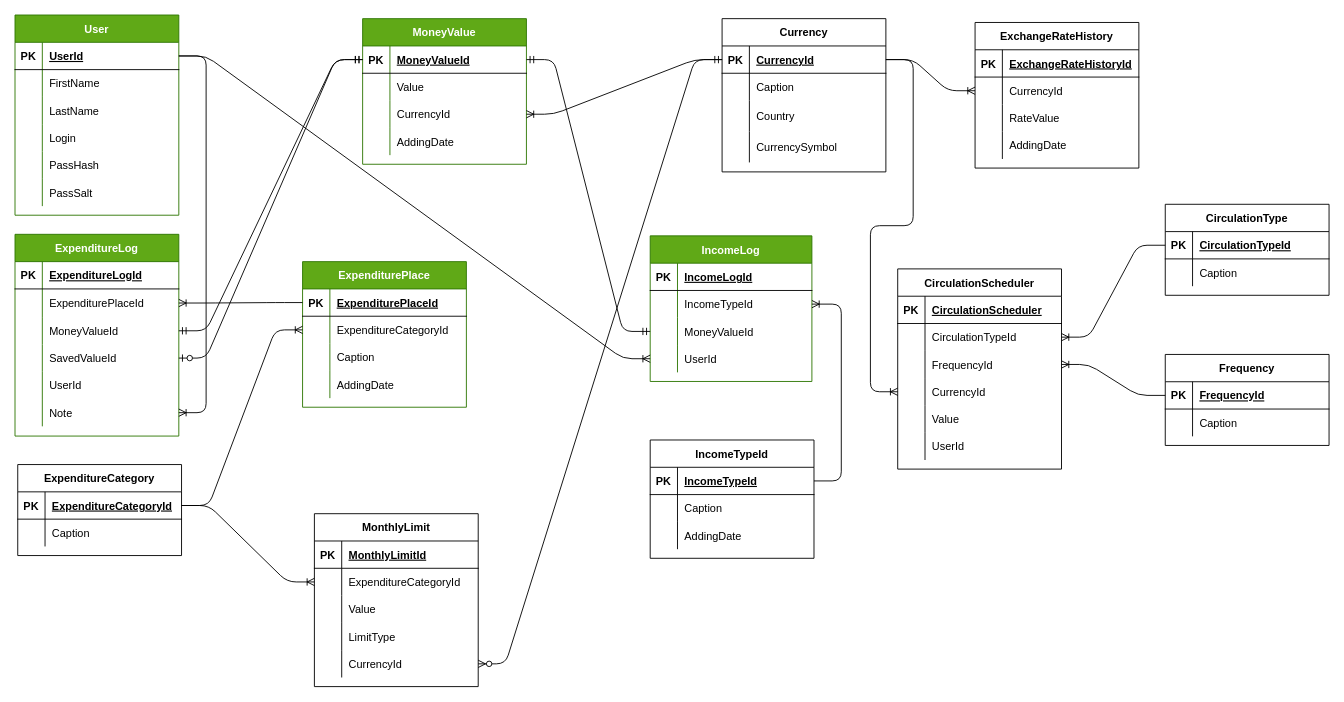
GenSciDeveloper/GenSci.FamilyBudget keeps this draw.io diagram as Database Diagram.drawio. Above is the earlier version. Source tidied: cells renumbered, new cells numbered last; positions are measured from the earlier drawing's top-left corner, leaving out a move shared by most shapes. Both pictures are drawn from the tidied source at 91%, with x=0, y=0 at pixel (15, 15).
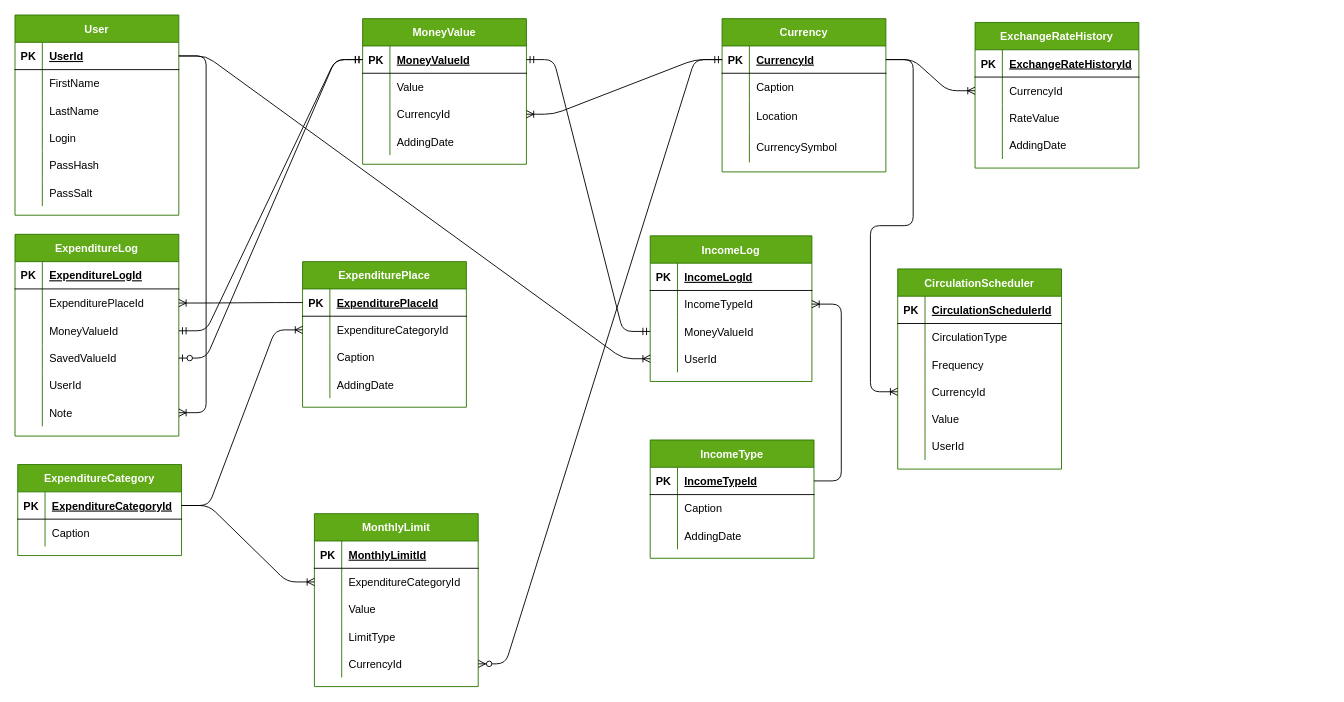
The same diagram, later.

The change refers to these unchanged cells:
```xml
<mxCell id="109" style="shape=partialRectangle;fillColor=none;top=0;left=0;bottom=0;right=0;" parent="102" vertex="1">
  <mxGeometry y="90" width="180" height="34" as="geometry" />
</mxCell>
<mxCell id="131" style="shape=partialRectangle;fillColor=none;top=0;left=0;bottom=1;right=0;" parent="130" vertex="1">
  <mxGeometry y="30" width="180" height="30" as="geometry" />
</mxCell>
<mxCell id="134" style="shape=partialRectangle;fillColor=none;top=0;left=0;bottom=0;right=0;points=[[0,0.5],[1,0.5]];portConstraint=eastwest;" parent="130" vertex="1">
  <mxGeometry y="60" width="180" height="30" as="geometry" />
</mxCell>
<mxCell id="137" style="shape=partialRectangle;fillColor=none;top=0;left=0;bottom=0;right=0;points=[[0,0.5],[1,0.5]];portConstraint=eastwest;" parent="130" vertex="1">
  <mxGeometry y="90" width="180" height="30" as="geometry" />
</mxCell>
```

What changed in the source:
```diff
@@
-    <mxCell id="66" value="IncomeTypeId" style="shape=table;startSize=30;childLayout=tableLayout;rowLines=0;fontStyle=1;align=center;" parent="1" vertex="1">
+    <mxCell id="66" value="IncomeType" style="shape=table;startSize=30;childLayout=tableLayout;rowLines=0;fontStyle=1;align=center;fillColor=#60a917;strokeColor=#2D7600;fontColor=#ffffff;" parent="1" vertex="1">
       <mxGeometry x="698" y="467" width="180" height="130" as="geometry" />
     </mxCell>
@@
-    <mxCell id="78" value="ExpenditureCategory" style="shape=table;startSize=30;childLayout=tableLayout;rowLines=0;fontStyle=1;align=center;" parent="1" vertex="1">
+    <mxCell id="78" value="ExpenditureCategory" style="shape=table;startSize=30;childLayout=tableLayout;rowLines=0;fontStyle=1;align=center;fillColor=#60a917;strokeColor=#2D7600;fontColor=#ffffff;" parent="1" vertex="1">
       <mxGeometry x="3" y="494" width="180" height="100" as="geometry" />
     </mxCell>
@@
-    <mxCell id="102" value="Currency" style="shape=table;startSize=30;childLayout=tableLayout;rowLines=0;fontStyle=1;align=center;" parent="1" vertex="1">
+    <mxCell id="102" value="Currency" style="shape=table;startSize=30;childLayout=tableLayout;rowLines=0;fontStyle=1;align=center;fillColor=#60a917;strokeColor=#2D7600;fontColor=#ffffff;" parent="1" vertex="1">
       <mxGeometry x="777" y="4" width="180" height="168.4" as="geometry" />
     </mxCell>
@@
-    <mxCell id="111" value="Country" style="shape=partialRectangle;fillColor=none;top=0;left=0;bottom=0;right=0;align=left;spacingLeft=6;overflow=hidden;" parent="109" vertex="1">
+    <mxCell id="111" value="Location" style="shape=partialRectangle;fillColor=none;top=0;left=0;bottom=0;right=0;align=left;spacingLeft=6;overflow=hidden;" parent="109" vertex="1">
       <mxGeometry x="30" width="150" height="34" as="geometry" />
     </mxCell>
@@
-    <mxCell id="116" value="ExchangeRateHistory" style="shape=table;startSize=30;childLayout=tableLayout;rowLines=0;fontStyle=1;align=center;" parent="1" vertex="1">
+    <mxCell id="116" value="ExchangeRateHistory" style="shape=table;startSize=30;childLayout=tableLayout;rowLines=0;fontStyle=1;align=center;fillColor=#60a917;strokeColor=#2D7600;fontColor=#ffffff;" parent="1" vertex="1">
       <mxGeometry x="1055" y="8.2" width="180" height="160" as="geometry" />
     </mxCell>
@@
-    <mxCell id="130" value="CirculationScheduler" style="shape=table;startSize=30;childLayout=tableLayout;rowLines=0;fontStyle=1;align=center;" parent="1" vertex="1">
+    <mxCell id="130" value="CirculationScheduler" style="shape=table;startSize=30;childLayout=tableLayout;rowLines=0;fontStyle=1;align=center;fillColor=#60a917;strokeColor=#2D7600;fontColor=#ffffff;" parent="1" vertex="1">
       <mxGeometry x="970" y="279" width="180" height="220" as="geometry" />
     </mxCell>
@@
-    <mxCell id="133" value="CirculationScheduler" style="shape=partialRectangle;fillColor=none;top=0;left=0;bottom=0;right=0;align=left;spacingLeft=6;fontStyle=5;overflow=hidden;" parent="131" vertex="1">
+    <mxCell id="133" value="CirculationSchedulerId" style="shape=partialRectangle;fillColor=none;top=0;left=0;bottom=0;right=0;align=left;spacingLeft=6;fontStyle=5;overflow=hidden;" parent="131" vertex="1">
       <mxGeometry x="30" width="150" height="30" as="geometry" />
     </mxCell>
@@
-    <mxCell id="136" value="CirculationTypeId" style="shape=partialRectangle;fillColor=none;top=0;left=0;bottom=0;right=0;align=left;spacingLeft=6;overflow=hidden;" parent="134" vertex="1">
+    <mxCell id="136" value="CirculationType" style="shape=partialRectangle;fillColor=none;top=0;left=0;bottom=0;right=0;align=left;spacingLeft=6;overflow=hidden;" parent="134" vertex="1">
       <mxGeometry x="30" width="150" height="30" as="geometry" />
     </mxCell>
@@
-    <mxCell id="139" value="FrequencyId" style="shape=partialRectangle;fillColor=none;top=0;left=0;bottom=0;right=0;align=left;spacingLeft=6;overflow=hidden;" parent="137" vertex="1">
+    <mxCell id="139" value="Frequency" style="shape=partialRectangle;fillColor=none;top=0;left=0;bottom=0;right=0;align=left;spacingLeft=6;overflow=hidden;" parent="137" vertex="1">
       <mxGeometry x="30" width="150" height="30" as="geometry" />
     </mxCell>
@@
-    <mxCell id="150" value="CirculationType" style="shape=table;startSize=30;childLayout=tableLayout;rowLines=0;fontStyle=1;align=center;" parent="1" vertex="1">
-      <mxGeometry x="1264" y="208" width="180" height="100" as="geometry" />
-    </mxCell>
-    <mxCell id="151" style="shape=partialRectangle;fillColor=none;top=0;left=0;bottom=1;right=0;points=[[0,0.5],[1,0.5]];portConstraint=eastwest;" parent="150" vertex="1">
-      <mxGeometry y="30" width="180" height="30" as="geometry" />
-    </mxCell>
-    <mxCell id="152" value="PK" style="shape=partialRectangle;fillColor=none;top=0;left=0;bottom=0;right=0;fontStyle=1;overflow=hidden;" parent="151" vertex="1">
-      <mxGeometry width="30" height="30" as="geometry" />
-    </mxCell>
-    <mxCell id="153" value="CirculationTypeId" style="shape=partialRectangle;fillColor=none;top=0;left=0;bottom=0;right=0;align=left;spacingLeft=6;fontStyle=5;overflow=hidden;" parent="151" vertex="1">
-      <mxGeometry x="30" width="150" height="30" as="geometry" />
-    </mxCell>
-    <mxCell id="154" style="shape=partialRectangle;fillColor=none;top=0;left=0;bottom=0;right=0;" parent="150" vertex="1">
-      <mxGeometry y="60" width="180" height="30" as="geometry" />
-    </mxCell>
-    <mxCell id="155" style="shape=partialRectangle;fillColor=none;top=0;left=0;bottom=0;right=0;overflow=hidden;" parent="154" vertex="1">
-      <mxGeometry width="30" height="30" as="geometry" />
-    </mxCell>
-    <mxCell id="156" value="Caption" style="shape=partialRectangle;fillColor=none;top=0;left=0;bottom=0;right=0;align=left;spacingLeft=6;overflow=hidden;" parent="154" vertex="1">
-      <mxGeometry x="30" width="150" height="30" as="geometry" />
-    </mxCell>
-    <mxCell id="157" value="Frequency" style="shape=table;startSize=30;childLayout=tableLayout;rowLines=0;fontStyle=1;align=center;" parent="1" vertex="1">
-      <mxGeometry x="1264" y="373" width="180" height="100" as="geometry" />
-    </mxCell>
-    <mxCell id="158" style="shape=partialRectangle;fillColor=none;top=0;left=0;bottom=1;right=0;points=[[0,0.5],[1,0.5]];portConstraint=eastwest;" parent="157" vertex="1">
-      <mxGeometry y="30" width="180" height="30" as="geometry" />
-    </mxCell>
-    <mxCell id="159" value="PK" style="shape=partialRectangle;fillColor=none;top=0;left=0;bottom=0;right=0;fontStyle=1;overflow=hidden;" parent="158" vertex="1">
-      <mxGeometry width="30" height="30" as="geometry" />
-    </mxCell>
-    <mxCell id="160" value="FrequencyId" style="shape=partialRectangle;fillColor=none;top=0;left=0;bottom=0;right=0;align=left;spacingLeft=6;fontStyle=5;overflow=hidden;" parent="158" vertex="1">
-      <mxGeometry x="30" width="150" height="30" as="geometry" />
-    </mxCell>
-    <mxCell id="161" style="shape=partialRectangle;fillColor=none;top=0;left=0;bottom=0;right=0;" parent="157" vertex="1">
-      <mxGeometry y="60" width="180" height="30" as="geometry" />
-    </mxCell>
-    <mxCell id="162" style="shape=partialRectangle;fillColor=none;top=0;left=0;bottom=0;right=0;overflow=hidden;" parent="161" vertex="1">
-      <mxGeometry width="30" height="30" as="geometry" />
-    </mxCell>
-    <mxCell id="163" value="Caption" style="shape=partialRectangle;fillColor=none;top=0;left=0;bottom=0;right=0;align=left;spacingLeft=6;overflow=hidden;" parent="161" vertex="1">
-      <mxGeometry x="30" width="150" height="30" as="geometry" />
-    </mxCell>
-    <mxCell id="164" style="edgeStyle=entityRelationEdgeStyle;fontSize=12;html=1;endArrow=ERoneToMany;" parent="1" edge="1" source="158" target="137">
-      <mxGeometry relative="1" as="geometry" />
-    </mxCell>
-    <mxCell id="165" style="edgeStyle=entityRelationEdgeStyle;fontSize=12;html=1;endArrow=ERoneToMany;" parent="1" edge="1" source="151" target="134">
-      <mxGeometry relative="1" as="geometry" />
-    </mxCell>
-    <mxCell id="166" value="MonthlyLimit" style="shape=table;startSize=30;childLayout=tableLayout;rowLines=0;fontStyle=1;align=center;" parent="1" vertex="1">
+    <mxCell id="166" value="MonthlyLimit" style="shape=table;startSize=30;childLayout=tableLayout;rowLines=0;fontStyle=1;align=center;fillColor=#60a917;strokeColor=#2D7600;fontColor=#ffffff;" parent="1" vertex="1">
       <mxGeometry x="329" y="548" width="180" height="190" as="geometry" />
     </mxCell>
```
